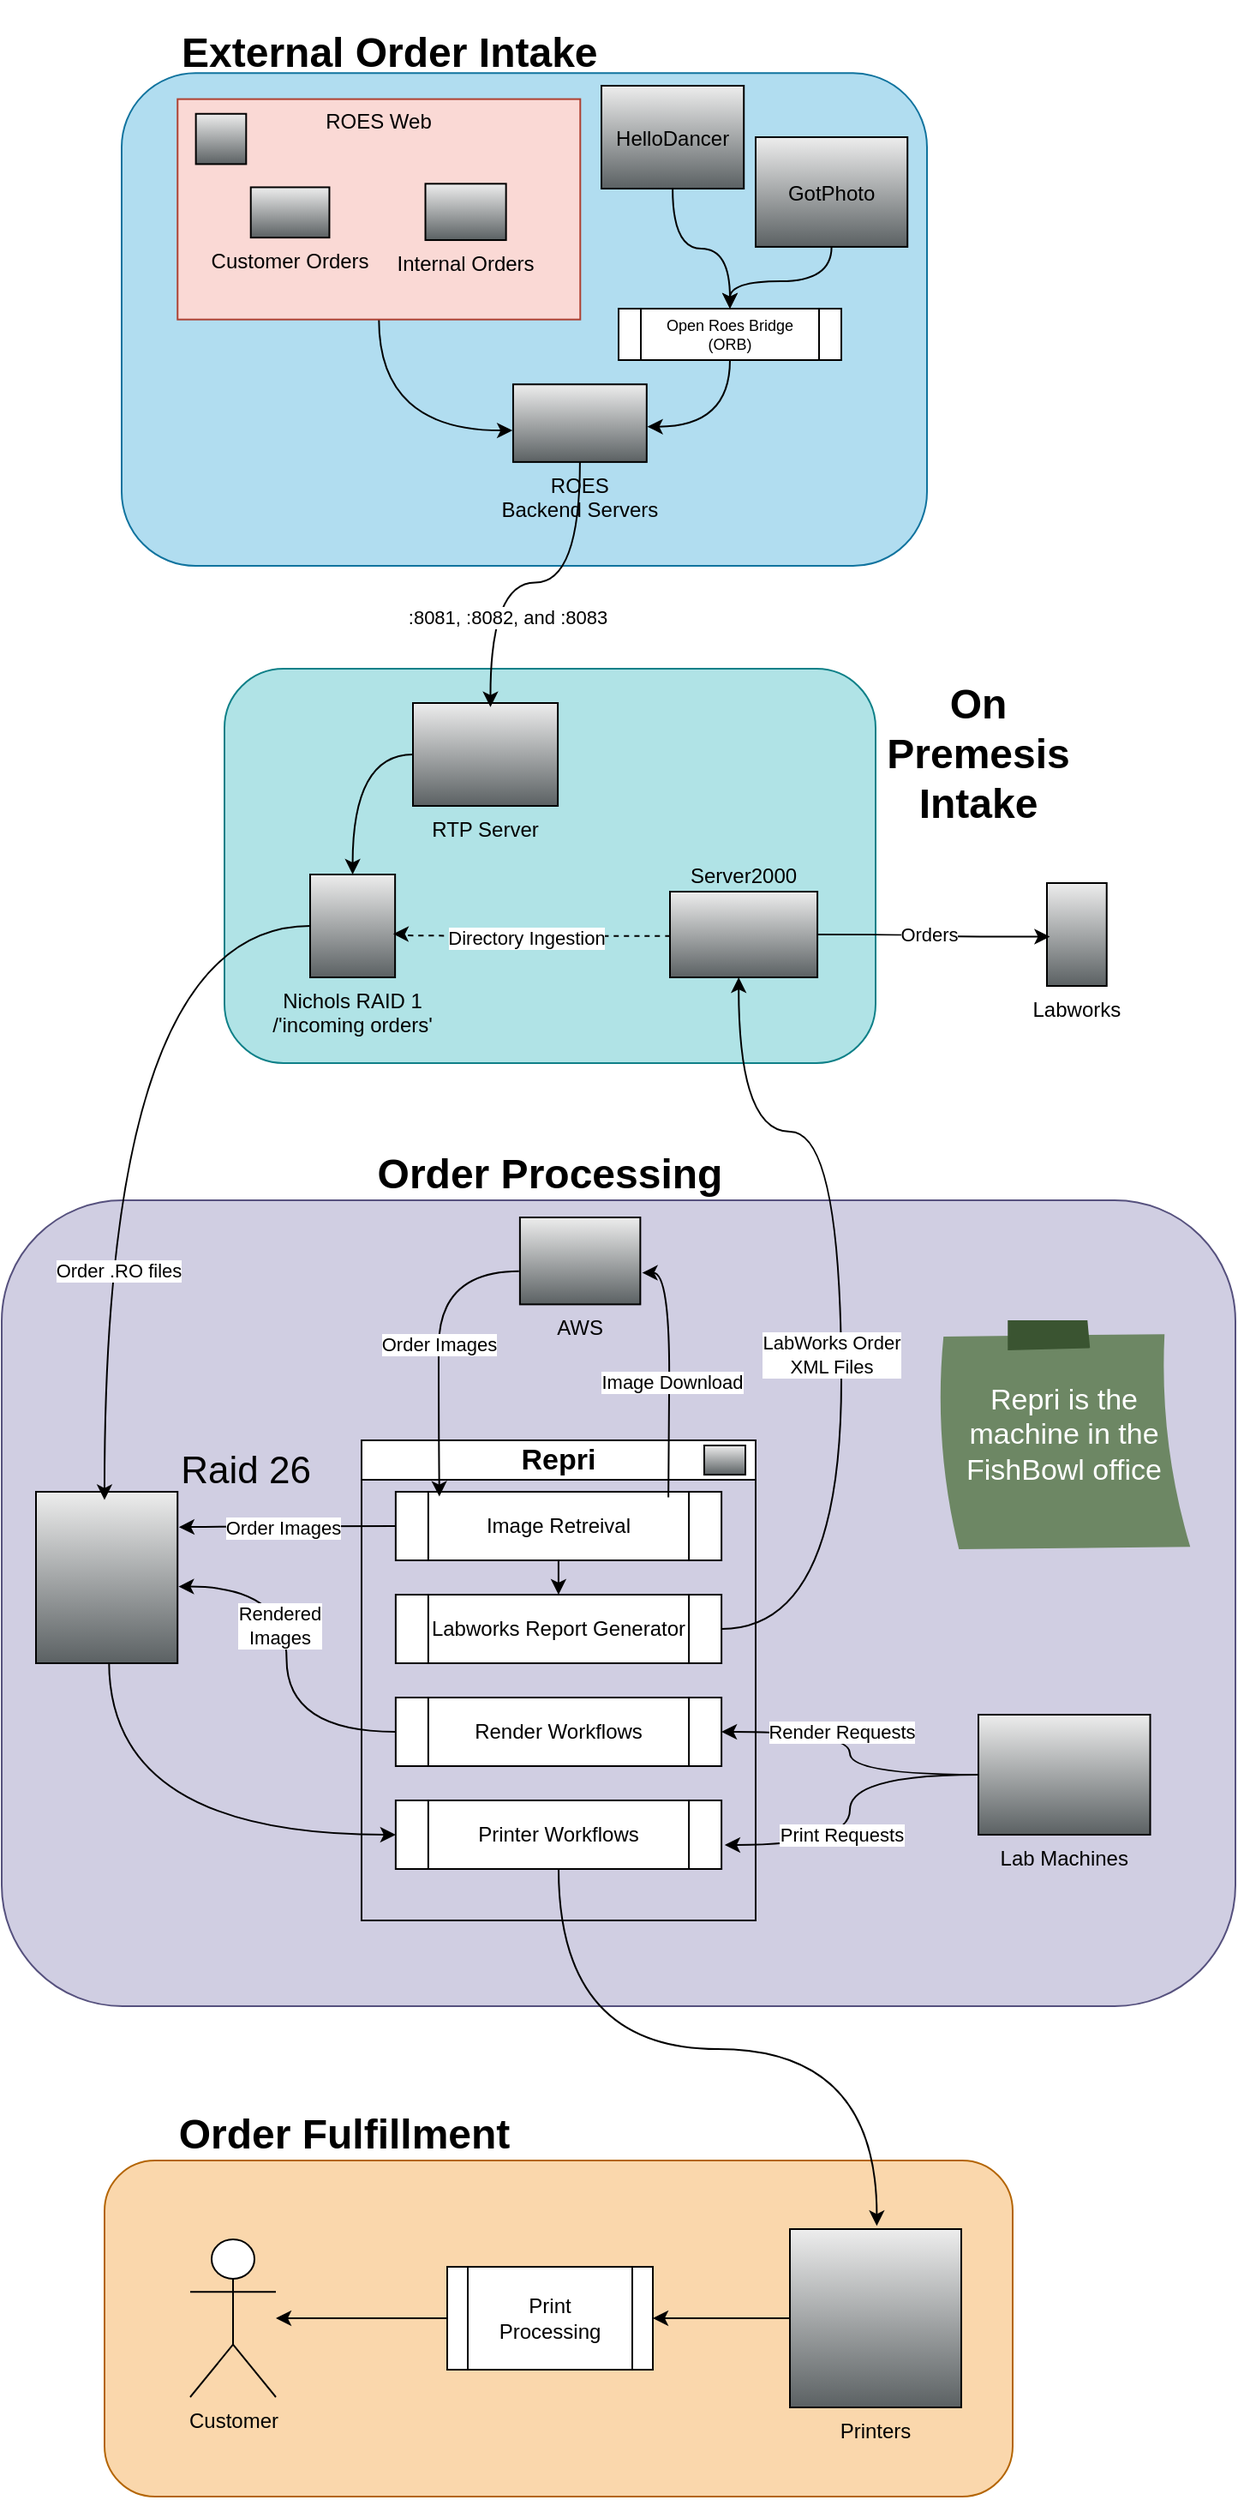
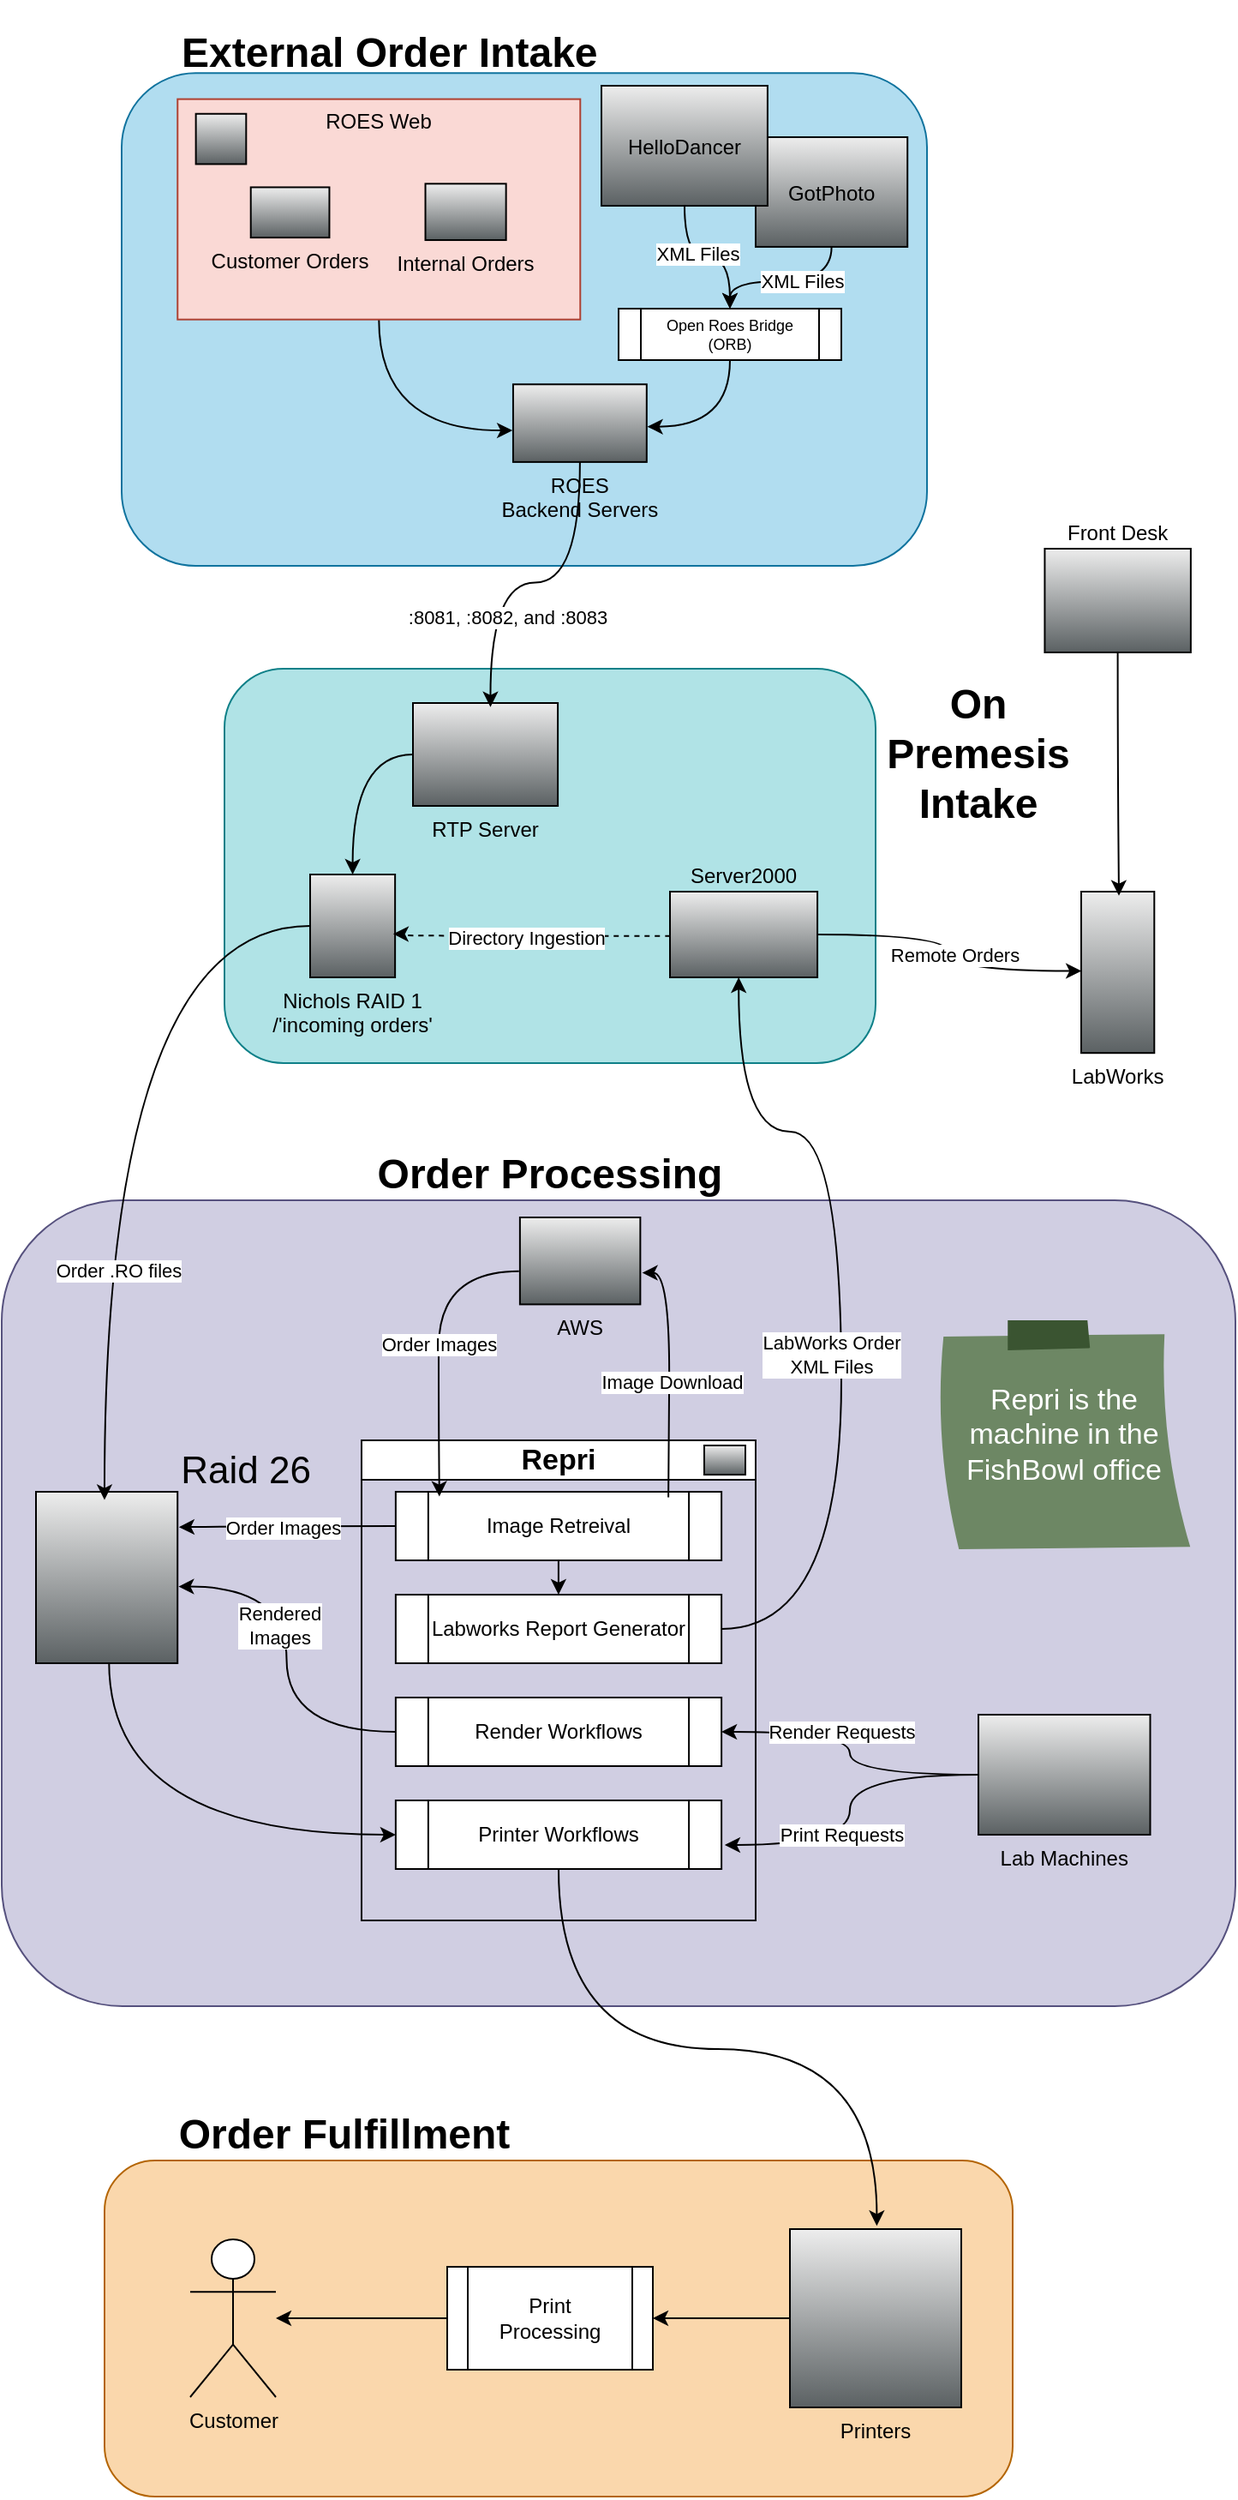
<mxfile host="app.diagrams.net">
  <diagram name="External Order Intake" id="xOiFyvTx0ugd0xP541Ys">
-     <mxGraphModel dx="1607" dy="938" grid="1" gridSize="10" guides="1" tooltips="1" connect="1" arrows="1" fold="1" page="1" pageScale="1" pageWidth="850" pageHeight="1100" math="0" shadow="0">
+     <mxGraphModel dx="1138" dy="664" grid="1" gridSize="10" guides="1" tooltips="1" connect="1" arrows="1" fold="1" page="1" pageScale="1" pageWidth="850" pageHeight="1100" math="0" shadow="0">
      <root>
        <mxCell id="0" />
        <mxCell id="1" parent="0" />
        <mxCell id="Abbv7D0ucnFepgTgGXwM-46" connectable="0" parent="1" style="group" value="" vertex="1">
          <mxGeometry height="310" width="470" x="160" y="40" as="geometry" />
        </mxCell>
-         <mxCell id="Abbv7D0ucnFepgTgGXwM-2" parent="Abbv7D0ucnFepgTgGXwM-46" style="rounded=1;whiteSpace=wrap;html=1;fillColor=#b1ddf0;strokeColor=#10739e;" value="" vertex="1">
+         <mxCell id="Abbv7D0ucnFepgTgGXwM-2" parent="Abbv7D0ucnFepgTgGXwM-46" style="rounded=1;whiteSpace=wrap;html=1;fillColor=#b1ddf0;strokeColor=#10739e;" value=" " vertex="1">
          <mxGeometry height="287.3170731707317" width="470.00000000000006" y="22.682926829268293" as="geometry" />
        </mxCell>
        <mxCell id="uFVznFZ-sdEEhWdo_pJ7-23" parent="Abbv7D0ucnFepgTgGXwM-46" style="shape=mxgraph.networks2.icon;aspect=fixed;fillColor=#EDEDED;strokeColor=#000000;gradientColor=#5B6163;network2IconShadow=1;network2bgFillColor=none;labelPosition=center;verticalLabelPosition=middle;align=center;verticalAlign=middle;network2Icon=mxgraph.networks2.cloud;network2IconYOffset=-0.08;network2IconW=1.0004;network2IconH=0.7222;" value="GotPhoto" vertex="1">
          <mxGeometry height="63.96" width="88.6" x="370" y="60" as="geometry" />
        </mxCell>
        <mxCell id="uFVznFZ-sdEEhWdo_pJ7-26" parent="Abbv7D0ucnFepgTgGXwM-46" style="fillColorStyles=neutralFill;neutralFill=#9DA6A8;shape=mxgraph.networks2.icon;aspect=fixed;fillColor=#EDEDED;strokeColor=#000000;gradientColor=#5B6163;network2IconShadow=1;network2bgFillColor=none;labelPosition=center;verticalLabelPosition=bottom;align=center;verticalAlign=top;network2Icon=mxgraph.networks2.server;network2IconW=1.0001;network2IconH=0.5812;" value="ROES&#xa;Backend Servers" vertex="1">
          <mxGeometry height="45.29897718332022" width="77.94659716758459" x="228.46569444444447" y="204.14634146341464" as="geometry" />
        </mxCell>
        <mxCell id="uFVznFZ-sdEEhWdo_pJ7-27" edge="1" parent="Abbv7D0ucnFepgTgGXwM-46" source="uFVznFZ-sdEEhWdo_pJ7-12" style="edgeStyle=orthogonalEdgeStyle;curved=1;rounded=0;orthogonalLoop=1;jettySize=auto;html=1;exitX=0.5;exitY=1;exitDx=0;exitDy=0;entryX=-0.005;entryY=0.594;entryDx=0;entryDy=0;entryPerimeter=0;" target="uFVznFZ-sdEEhWdo_pJ7-26">
          <mxGeometry relative="1" as="geometry" />
        </mxCell>
        <mxCell id="Abbv7D0ucnFepgTgGXwM-3" parent="Abbv7D0ucnFepgTgGXwM-46" style="text;html=1;whiteSpace=wrap;strokeColor=none;fillColor=none;align=left;verticalAlign=middle;rounded=0;" value="&lt;h1&gt;External Order Intake&lt;/h1&gt;" vertex="1">
          <mxGeometry height="22.68" width="407.36" x="32.64" as="geometry" />
        </mxCell>
        <mxCell id="Abbv7D0ucnFepgTgGXwM-45" connectable="0" parent="Abbv7D0ucnFepgTgGXwM-46" style="group;" value="" vertex="1">
          <mxGeometry height="128.53658536585368" width="235.00000000000003" x="32.63888888888889" y="37.804878048780495" as="geometry" />
        </mxCell>
        <mxCell id="uFVznFZ-sdEEhWdo_pJ7-12" parent="Abbv7D0ucnFepgTgGXwM-45" style="rounded=0;whiteSpace=wrap;html=1;fillColor=#fad9d5;strokeColor=#ae4132;" value="" vertex="1">
          <mxGeometry height="128.53658536585368" width="235.00000000000003" as="geometry" />
        </mxCell>
        <mxCell id="uFVznFZ-sdEEhWdo_pJ7-13" parent="Abbv7D0ucnFepgTgGXwM-45" style="shape=mxgraph.networks2.icon;aspect=fixed;fillColor=#EDEDED;strokeColor=#000000;gradientColor=#5B6163;network2IconShadow=1;network2bgFillColor=none;labelPosition=center;verticalLabelPosition=bottom;align=center;verticalAlign=top;network2Icon=mxgraph.networks2.globe;network2IconW=1;network2IconH=1;" value="" vertex="1">
          <mxGeometry height="29.33648046157881" width="29.33648046157881" x="10.681818181818182" y="8.56910569105691" as="geometry" />
        </mxCell>
        <mxCell id="uFVznFZ-sdEEhWdo_pJ7-14" parent="Abbv7D0ucnFepgTgGXwM-45" style="shape=mxgraph.networks2.icon;aspect=fixed;fillColor=#EDEDED;strokeColor=#000000;gradientColor=#5B6163;network2IconShadow=1;network2bgFillColor=none;labelPosition=center;verticalLabelPosition=bottom;align=center;verticalAlign=top;network2Icon=mxgraph.networks2.users;network2IconXOffset=0.0019;network2IconYOffset=-0.0004;network2IconW=1.0353;network2IconH=0.6623;" value="Customer Orders" vertex="1">
          <mxGeometry height="29.33648046157881" width="45.86025308156307" x="42.72727272727273" y="51.41463414634146" as="geometry" />
        </mxCell>
        <mxCell id="uFVznFZ-sdEEhWdo_pJ7-15" parent="Abbv7D0ucnFepgTgGXwM-45" style="shape=mxgraph.networks2.icon;aspect=fixed;fillColor=#EDEDED;strokeColor=#000000;gradientColor=#5B6163;network2IconShadow=1;network2bgFillColor=none;labelPosition=center;verticalLabelPosition=bottom;align=center;verticalAlign=top;network2Icon=mxgraph.networks2.lan;network2IconYOffset=0.0558;network2IconW=1.0834;network2IconH=0.7564;" value="Internal Orders" vertex="1">
          <mxGeometry height="32.85685811696826" width="47.0630487804878" x="144.61949300699303" y="49.35804878048783" as="geometry" />
        </mxCell>
        <mxCell id="uFVznFZ-sdEEhWdo_pJ7-25" parent="Abbv7D0ucnFepgTgGXwM-45" style="text;html=1;whiteSpace=wrap;strokeColor=none;fillColor=none;align=center;verticalAlign=middle;rounded=0;" value="ROES Web" vertex="1">
          <mxGeometry height="25.70731707317073" width="72.3076923076923" x="81.34615384615385" as="geometry" />
        </mxCell>
        <mxCell id="jQCsffpuLkgTT5c4SlJs-1" parent="Abbv7D0ucnFepgTgGXwM-46" style="shape=mxgraph.networks2.icon;aspect=fixed;fillColor=#EDEDED;strokeColor=#000000;gradientColor=#5B6163;network2IconShadow=1;network2bgFillColor=none;labelPosition=center;verticalLabelPosition=middle;align=center;verticalAlign=middle;network2Icon=mxgraph.networks2.cloud;network2IconYOffset=-0.08;network2IconW=1.0004;network2IconH=0.7222;" value="HelloDancer" vertex="1">
-           <mxGeometry height="60" width="83.11" x="280" y="30" as="geometry" />
+           <mxGeometry height="70" width="96.96" x="280" y="30" as="geometry" />
        </mxCell>
        <mxCell id="Abbv7D0ucnFepgTgGXwM-63" connectable="0" parent="1" style="group;labelPosition=center;verticalLabelPosition=bottom;align=center;verticalAlign=top;" value=" " vertex="1">
          <mxGeometry height="230" width="514.8699999999999" x="220" y="410" as="geometry" />
        </mxCell>
        <mxCell id="Abbv7D0ucnFepgTgGXwM-58" parent="Abbv7D0ucnFepgTgGXwM-63" style="rounded=1;whiteSpace=wrap;html=1;fillColor=#b0e3e6;strokeColor=#0e8088;" value=" " vertex="1">
          <mxGeometry height="230" width="380" as="geometry" />
        </mxCell>
        <mxCell id="Abbv7D0ucnFepgTgGXwM-61" edge="1" parent="Abbv7D0ucnFepgTgGXwM-63" source="Abbv7D0ucnFepgTgGXwM-48" style="edgeStyle=orthogonalEdgeStyle;curved=1;rounded=0;orthogonalLoop=1;jettySize=auto;html=1;" target="Abbv7D0ucnFepgTgGXwM-49">
          <mxGeometry relative="1" as="geometry" />
        </mxCell>
        <mxCell id="Abbv7D0ucnFepgTgGXwM-48" parent="Abbv7D0ucnFepgTgGXwM-63" style="shape=mxgraph.networks2.icon;aspect=fixed;fillColor=#EDEDED;strokeColor=#000000;gradientColor=#5B6163;network2IconShadow=1;network2bgFillColor=none;labelPosition=center;verticalLabelPosition=bottom;align=center;verticalAlign=top;network2Icon=mxgraph.networks2.pc;network2IconYOffset=-0.0593;network2IconW=0.9999;network2IconH=0.7096;" value="RTP Server" vertex="1">
          <mxGeometry height="60" width="84.55" x="110" y="20" as="geometry" />
        </mxCell>
        <mxCell id="Abbv7D0ucnFepgTgGXwM-49" parent="Abbv7D0ucnFepgTgGXwM-63" style="shape=mxgraph.networks2.icon;aspect=fixed;fillColor=#EDEDED;strokeColor=#000000;gradientColor=#5B6163;network2IconShadow=1;network2bgFillColor=none;labelPosition=center;verticalLabelPosition=bottom;align=center;verticalAlign=top;network2Icon=mxgraph.networks2.data_storage;network2IconW=0.8252;network2IconH=0.9989;" value="Nichols RAID 1&#xa;/&#39;incoming orders&#39;" vertex="1">
          <mxGeometry height="60" width="49.57" x="50" y="120" as="geometry" />
        </mxCell>
        <mxCell id="Abbv7D0ucnFepgTgGXwM-50" parent="Abbv7D0ucnFepgTgGXwM-63" style="fillColorStyles=neutralFill;neutralFill=#9DA6A8;shape=mxgraph.networks2.icon;aspect=fixed;fillColor=#EDEDED;strokeColor=#000000;gradientColor=#5B6163;network2IconShadow=1;network2bgFillColor=none;labelPosition=center;verticalLabelPosition=top;align=center;verticalAlign=bottom;network2Icon=mxgraph.networks2.server;network2IconW=1.0001;network2IconH=0.5812;" value="Server2000" vertex="1">
          <mxGeometry height="50" width="86.04" x="260" y="130" as="geometry" />
        </mxCell>
        <mxCell id="Abbv7D0ucnFepgTgGXwM-53" edge="1" parent="Abbv7D0ucnFepgTgGXwM-63" source="Abbv7D0ucnFepgTgGXwM-50" style="edgeStyle=orthogonalEdgeStyle;curved=1;rounded=0;orthogonalLoop=1;jettySize=auto;html=1;entryX=0.968;entryY=0.578;entryDx=0;entryDy=0;entryPerimeter=0;startArrow=none;startFill=0;dashed=1;exitX=0.003;exitY=0.518;exitDx=0;exitDy=0;exitPerimeter=0;" value=" ">
          <mxGeometry relative="1" as="geometry">
            <Array as="points">
              <mxPoint x="100" y="156" />
              <mxPoint x="100" y="155" />
            </Array>
            <mxPoint x="259.9998" y="157.5" as="sourcePoint" />
            <mxPoint x="98.41376000000008" y="154.68000000000006" as="targetPoint" />
          </mxGeometry>
        </mxCell>
        <mxCell id="Abbv7D0ucnFepgTgGXwM-57" connectable="0" parent="Abbv7D0ucnFepgTgGXwM-53" style="edgeLabel;html=1;align=center;verticalAlign=middle;resizable=0;points=[];" value="Directory Ingestion" vertex="1">
          <mxGeometry relative="1" x="0.0378" y="1" as="geometry">
            <mxPoint as="offset" />
          </mxGeometry>
        </mxCell>
        <mxCell id="Abbv7D0ucnFepgTgGXwM-62" parent="Abbv7D0ucnFepgTgGXwM-63" style="text;html=1;whiteSpace=wrap;strokeColor=none;fillColor=none;align=center;verticalAlign=middle;rounded=0;" value="&lt;h1&gt;On Premesis Intake&lt;/h1&gt;" vertex="1">
          <mxGeometry height="80" width="120" x="380" y="10" as="geometry" />
-         </mxCell>
-         <mxCell id="Abbv7D0ucnFepgTgGXwM-96" parent="Abbv7D0ucnFepgTgGXwM-63" style="shape=mxgraph.networks2.icon;aspect=fixed;fillColor=#EDEDED;strokeColor=#000000;gradientColor=#5B6163;network2IconShadow=1;network2bgFillColor=none;labelPosition=center;verticalLabelPosition=bottom;align=center;verticalAlign=top;network2Icon=mxgraph.networks2.application;network2IconXOffset=0.0048;network2IconYOffset=-0.0000;network2IconW=0.5927;network2IconH=1.02;" value="Labworks" vertex="1">
-           <mxGeometry height="60" width="34.87" x="479.9999999999999" y="125" as="geometry" />
-         </mxCell>
-         <mxCell id="Abbv7D0ucnFepgTgGXwM-114" edge="1" parent="Abbv7D0ucnFepgTgGXwM-63" source="Abbv7D0ucnFepgTgGXwM-50" style="edgeStyle=orthogonalEdgeStyle;curved=1;rounded=0;orthogonalLoop=1;jettySize=auto;html=1;entryX=0.049;entryY=0.521;entryDx=0;entryDy=0;entryPerimeter=0;" target="Abbv7D0ucnFepgTgGXwM-96">
-           <mxGeometry relative="1" as="geometry" />
-         </mxCell>
-         <mxCell id="Abbv7D0ucnFepgTgGXwM-115" connectable="0" parent="Abbv7D0ucnFepgTgGXwM-114" style="edgeLabel;html=1;align=center;verticalAlign=middle;resizable=0;points=[];" value="Orders" vertex="1">
-           <mxGeometry relative="1" x="-0.2199" y="-7" as="geometry">
-             <mxPoint x="11" y="-7" as="offset" />
-           </mxGeometry>
        </mxCell>
        <mxCell id="Abbv7D0ucnFepgTgGXwM-144" connectable="0" parent="1" style="group" value="" vertex="1">
          <mxGeometry height="500" width="720.13" x="90" y="690" as="geometry" />
        </mxCell>
        <mxCell id="Abbv7D0ucnFepgTgGXwM-132" parent="Abbv7D0ucnFepgTgGXwM-144" style="rounded=1;whiteSpace=wrap;html=1;fillColor=#d0cee2;strokeColor=#56517e;" value=" " vertex="1">
          <mxGeometry height="470" width="720" y="30" as="geometry" />
        </mxCell>
        <mxCell id="Abbv7D0ucnFepgTgGXwM-123" edge="1" parent="Abbv7D0ucnFepgTgGXwM-144" source="Abbv7D0ucnFepgTgGXwM-55" style="edgeStyle=orthogonalEdgeStyle;curved=1;rounded=0;orthogonalLoop=1;jettySize=auto;html=1;entryX=0;entryY=0.5;entryDx=0;entryDy=0;exitX=0.516;exitY=0.991;exitDx=0;exitDy=0;exitPerimeter=0;" target="Abbv7D0ucnFepgTgGXwM-87">
          <mxGeometry relative="1" as="geometry" />
        </mxCell>
        <mxCell id="Abbv7D0ucnFepgTgGXwM-124" connectable="0" parent="Abbv7D0ucnFepgTgGXwM-123" style="edgeLabel;html=1;align=center;verticalAlign=middle;resizable=0;points=[];" value=" " vertex="1">
          <mxGeometry relative="1" x="-0.5108" y="29" as="geometry">
            <mxPoint as="offset" />
          </mxGeometry>
        </mxCell>
        <mxCell id="Abbv7D0ucnFepgTgGXwM-55" parent="Abbv7D0ucnFepgTgGXwM-144" style="shape=mxgraph.networks2.icon;aspect=fixed;fillColor=#EDEDED;strokeColor=#000000;gradientColor=#5B6163;network2IconShadow=1;network2bgFillColor=none;labelPosition=right;verticalLabelPosition=top;align=left;verticalAlign=bottom;network2Icon=mxgraph.networks2.data_storage;network2IconW=0.8252;network2IconH=0.9989;fontSize=22;" value="Raid 26" vertex="1">
          <mxGeometry height="100" width="82.61" x="20" y="200" as="geometry" />
        </mxCell>
        <mxCell id="Abbv7D0ucnFepgTgGXwM-125" edge="1" parent="Abbv7D0ucnFepgTgGXwM-144" source="Abbv7D0ucnFepgTgGXwM-65" style="edgeStyle=orthogonalEdgeStyle;curved=1;rounded=0;orthogonalLoop=1;jettySize=auto;html=1;entryX=1;entryY=0.5;entryDx=0;entryDy=0;" target="Abbv7D0ucnFepgTgGXwM-70">
          <mxGeometry relative="1" as="geometry" />
        </mxCell>
        <mxCell id="Abbv7D0ucnFepgTgGXwM-127" connectable="0" parent="Abbv7D0ucnFepgTgGXwM-125" style="edgeLabel;html=1;align=center;verticalAlign=middle;resizable=0;points=[];" value="Render Requests" vertex="1">
          <mxGeometry relative="1" x="0.4996" y="2" as="geometry">
            <mxPoint x="26" y="-2" as="offset" />
          </mxGeometry>
        </mxCell>
        <mxCell id="Abbv7D0ucnFepgTgGXwM-65" parent="Abbv7D0ucnFepgTgGXwM-144" style="shape=mxgraph.networks2.icon;aspect=fixed;fillColor=#EDEDED;strokeColor=#000000;gradientColor=#5B6163;network2IconShadow=1;network2bgFillColor=none;labelPosition=center;verticalLabelPosition=bottom;align=center;verticalAlign=top;network2Icon=mxgraph.networks2.lan;network2IconYOffset=0.0558;network2IconW=1.0834;network2IconH=0.7564;" value="Lab Machines" vertex="1">
          <mxGeometry height="70" width="100.26" x="570" y="330" as="geometry" />
        </mxCell>
        <mxCell id="Abbv7D0ucnFepgTgGXwM-67" parent="Abbv7D0ucnFepgTgGXwM-144" style="shape=mxgraph.networks2.icon;aspect=fixed;fillColor=#EDEDED;strokeColor=#000000;gradientColor=#5B6163;network2IconShadow=1;network2bgFillColor=none;labelPosition=center;verticalLabelPosition=bottom;align=center;verticalAlign=top;network2Icon=mxgraph.networks2.cloud;network2IconYOffset=-0.08;network2IconW=1.0004;network2IconH=0.7222;" value="AWS" vertex="1">
          <mxGeometry height="50.71" width="70.24" x="302.44" y="40" as="geometry" />
        </mxCell>
        <mxCell id="Abbv7D0ucnFepgTgGXwM-68" parent="Abbv7D0ucnFepgTgGXwM-144" style="swimlane;whiteSpace=wrap;html=1;align=center;fontSize=17;" value="&lt;div align=&quot;center&quot;&gt;Repri&lt;/div&gt;" vertex="1">
          <mxGeometry height="280" width="230" x="210" y="170" as="geometry">
            <mxRectangle height="30" width="140" x="105.12" y="1050" as="alternateBounds" />
          </mxGeometry>
        </mxCell>
        <mxCell id="Abbv7D0ucnFepgTgGXwM-66" parent="Abbv7D0ucnFepgTgGXwM-68" style="shape=mxgraph.networks2.icon;aspect=fixed;fillColor=#EDEDED;strokeColor=#000000;gradientColor=#5B6163;network2IconShadow=1;network2bgFillColor=none;labelPosition=center;verticalLabelPosition=bottom;align=center;verticalAlign=top;network2Icon=mxgraph.networks2.pc;network2IconYOffset=-0.0593;network2IconW=0.9999;network2IconH=0.7096;" value=" " vertex="1">
          <mxGeometry height="17.03" width="24" x="200" y="3" as="geometry" />
        </mxCell>
        <mxCell id="Abbv7D0ucnFepgTgGXwM-79" edge="1" parent="Abbv7D0ucnFepgTgGXwM-68" source="Abbv7D0ucnFepgTgGXwM-69" style="edgeStyle=orthogonalEdgeStyle;curved=1;rounded=0;orthogonalLoop=1;jettySize=auto;html=1;entryX=0.5;entryY=0;entryDx=0;entryDy=0;" target="Abbv7D0ucnFepgTgGXwM-78">
          <mxGeometry relative="1" as="geometry" />
        </mxCell>
        <mxCell id="Abbv7D0ucnFepgTgGXwM-69" parent="Abbv7D0ucnFepgTgGXwM-68" style="shape=process;whiteSpace=wrap;html=1;backgroundOutline=1;" value="Image Retreival" vertex="1">
          <mxGeometry height="40" width="190.12" x="19.94" y="30" as="geometry" />
        </mxCell>
        <mxCell id="Abbv7D0ucnFepgTgGXwM-70" parent="Abbv7D0ucnFepgTgGXwM-68" style="shape=process;whiteSpace=wrap;html=1;backgroundOutline=1;" value="Render Workflows" vertex="1">
          <mxGeometry height="40" width="190.12" x="19.939999999999998" y="150" as="geometry" />
        </mxCell>
        <mxCell id="Abbv7D0ucnFepgTgGXwM-78" parent="Abbv7D0ucnFepgTgGXwM-68" style="shape=process;whiteSpace=wrap;html=1;backgroundOutline=1;" value="Labworks Report Generator" vertex="1">
          <mxGeometry height="40" width="190.12" x="19.939999999999998" y="90" as="geometry" />
        </mxCell>
        <mxCell id="Abbv7D0ucnFepgTgGXwM-87" parent="Abbv7D0ucnFepgTgGXwM-68" style="shape=process;whiteSpace=wrap;html=1;backgroundOutline=1;" value="Printer Workflows" vertex="1">
          <mxGeometry height="40" width="190.12" x="19.939999999999998" y="210" as="geometry" />
        </mxCell>
        <mxCell id="Abbv7D0ucnFepgTgGXwM-71" edge="1" parent="Abbv7D0ucnFepgTgGXwM-144" source="Abbv7D0ucnFepgTgGXwM-69" style="edgeStyle=orthogonalEdgeStyle;curved=1;rounded=0;orthogonalLoop=1;jettySize=auto;html=1;entryX=1.016;entryY=0.637;entryDx=0;entryDy=0;entryPerimeter=0;exitX=0.837;exitY=0.082;exitDx=0;exitDy=0;exitPerimeter=0;" target="Abbv7D0ucnFepgTgGXwM-67">
          <mxGeometry relative="1" as="geometry">
            <Array as="points">
              <mxPoint x="389" y="200" />
              <mxPoint x="390" y="200" />
              <mxPoint x="390" y="72" />
            </Array>
            <mxPoint x="400" y="198" as="sourcePoint" />
          </mxGeometry>
        </mxCell>
        <mxCell id="Abbv7D0ucnFepgTgGXwM-72" connectable="0" parent="Abbv7D0ucnFepgTgGXwM-71" style="edgeLabel;html=1;align=center;verticalAlign=middle;resizable=0;points=[];" value="Image Download" vertex="1">
          <mxGeometry relative="1" x="-0.0797" y="-1" as="geometry">
            <mxPoint as="offset" />
          </mxGeometry>
        </mxCell>
        <mxCell id="Abbv7D0ucnFepgTgGXwM-73" edge="1" parent="Abbv7D0ucnFepgTgGXwM-144" source="Abbv7D0ucnFepgTgGXwM-67" style="edgeStyle=orthogonalEdgeStyle;curved=1;rounded=0;orthogonalLoop=1;jettySize=auto;html=1;entryX=0.134;entryY=0.07;entryDx=0;entryDy=0;entryPerimeter=0;exitX=-0.008;exitY=0.619;exitDx=0;exitDy=0;exitPerimeter=0;" target="Abbv7D0ucnFepgTgGXwM-69">
          <mxGeometry relative="1" as="geometry">
            <Array as="points">
              <mxPoint x="255" y="71" />
              <mxPoint x="255" y="160" />
            </Array>
          </mxGeometry>
        </mxCell>
        <mxCell id="Abbv7D0ucnFepgTgGXwM-74" connectable="0" parent="Abbv7D0ucnFepgTgGXwM-73" style="edgeLabel;html=1;align=center;verticalAlign=middle;resizable=0;points=[];" value="Order Images" vertex="1">
          <mxGeometry relative="1" x="0.0052" as="geometry">
            <mxPoint as="offset" />
          </mxGeometry>
        </mxCell>
        <mxCell id="Abbv7D0ucnFepgTgGXwM-118" edge="1" parent="Abbv7D0ucnFepgTgGXwM-144" source="Abbv7D0ucnFepgTgGXwM-69" style="edgeStyle=orthogonalEdgeStyle;curved=1;rounded=0;orthogonalLoop=1;jettySize=auto;html=1;entryX=1.01;entryY=0.206;entryDx=0;entryDy=0;entryPerimeter=0;" target="Abbv7D0ucnFepgTgGXwM-55">
          <mxGeometry relative="1" as="geometry" />
        </mxCell>
        <mxCell id="Abbv7D0ucnFepgTgGXwM-120" connectable="0" parent="Abbv7D0ucnFepgTgGXwM-118" style="edgeLabel;html=1;align=center;verticalAlign=middle;resizable=0;points=[];" value="Order Images" vertex="1">
          <mxGeometry relative="1" x="0.0556" as="geometry">
            <mxPoint as="offset" />
          </mxGeometry>
        </mxCell>
        <mxCell id="Abbv7D0ucnFepgTgGXwM-121" edge="1" parent="Abbv7D0ucnFepgTgGXwM-144" source="Abbv7D0ucnFepgTgGXwM-70" style="edgeStyle=orthogonalEdgeStyle;curved=1;rounded=0;orthogonalLoop=1;jettySize=auto;html=1;entryX=1.007;entryY=0.553;entryDx=0;entryDy=0;entryPerimeter=0;" target="Abbv7D0ucnFepgTgGXwM-55">
          <mxGeometry relative="1" as="geometry" />
        </mxCell>
        <mxCell id="Abbv7D0ucnFepgTgGXwM-122" connectable="0" parent="Abbv7D0ucnFepgTgGXwM-121" style="edgeLabel;html=1;align=center;verticalAlign=middle;resizable=0;points=[];" value="Rendered&lt;br&gt;Images" vertex="1">
          <mxGeometry relative="1" x="0.1933" y="5" as="geometry">
            <mxPoint as="offset" />
          </mxGeometry>
        </mxCell>
        <mxCell id="Abbv7D0ucnFepgTgGXwM-126" edge="1" parent="Abbv7D0ucnFepgTgGXwM-144" source="Abbv7D0ucnFepgTgGXwM-65" style="edgeStyle=orthogonalEdgeStyle;curved=1;rounded=0;orthogonalLoop=1;jettySize=auto;html=1;entryX=1.01;entryY=0.65;entryDx=0;entryDy=0;entryPerimeter=0;" target="Abbv7D0ucnFepgTgGXwM-87">
          <mxGeometry relative="1" as="geometry" />
        </mxCell>
        <mxCell id="Abbv7D0ucnFepgTgGXwM-128" connectable="0" parent="Abbv7D0ucnFepgTgGXwM-126" style="edgeLabel;html=1;align=center;verticalAlign=middle;resizable=0;points=[];" value="Print Requests" vertex="1">
          <mxGeometry relative="1" x="0.4408" y="-6" as="geometry">
            <mxPoint x="15" as="offset" />
          </mxGeometry>
        </mxCell>
        <mxCell id="Abbv7D0ucnFepgTgGXwM-143" parent="Abbv7D0ucnFepgTgGXwM-144" style="text;html=1;whiteSpace=wrap;strokeColor=none;fillColor=none;align=center;verticalAlign=middle;rounded=0;" value="&lt;h1&gt;Order Processing&lt;/h1&gt;" vertex="1">
          <mxGeometry height="30" width="320" x="160" as="geometry" />
        </mxCell>
        <mxCell id="jQCsffpuLkgTT5c4SlJs-15" parent="Abbv7D0ucnFepgTgGXwM-144" style="strokeWidth=1;shadow=0;dashed=0;align=center;html=1;shape=mxgraph.mockup.text.stickyNote2;fontColor=#ffffff;mainText=;fontSize=17;whiteSpace=wrap;fillColor=#6d8764;strokeColor=#3A5431;" value="Repri is the machine in the FishBowl office" vertex="1">
          <mxGeometry height="134.87" width="150" x="545.13" y="100" as="geometry" />
        </mxCell>
        <mxCell id="Abbv7D0ucnFepgTgGXwM-133" edge="1" parent="1" source="Abbv7D0ucnFepgTgGXwM-78" style="edgeStyle=orthogonalEdgeStyle;curved=1;rounded=0;orthogonalLoop=1;jettySize=auto;html=1;entryX=0.466;entryY=1;entryDx=0;entryDy=0;entryPerimeter=0;exitX=1;exitY=0.5;exitDx=0;exitDy=0;" target="Abbv7D0ucnFepgTgGXwM-50">
          <mxGeometry relative="1" as="geometry">
            <Array as="points">
              <mxPoint x="580" y="970" />
              <mxPoint x="580" y="680" />
              <mxPoint x="520" y="680" />
            </Array>
          </mxGeometry>
        </mxCell>
        <mxCell id="Abbv7D0ucnFepgTgGXwM-134" connectable="0" parent="Abbv7D0ucnFepgTgGXwM-133" style="edgeLabel;html=1;align=center;verticalAlign=middle;resizable=0;points=[];" value="&lt;div&gt;LabWorks Order&lt;/div&gt;&lt;div&gt;XML Files&lt;/div&gt;" vertex="1">
          <mxGeometry relative="1" x="0.2484" y="-1" as="geometry">
            <mxPoint x="-7" y="88" as="offset" />
          </mxGeometry>
        </mxCell>
        <mxCell id="Abbv7D0ucnFepgTgGXwM-116" edge="1" parent="1" source="Abbv7D0ucnFepgTgGXwM-49" style="edgeStyle=orthogonalEdgeStyle;curved=1;rounded=0;orthogonalLoop=1;jettySize=auto;html=1;entryX=0.484;entryY=0.048;entryDx=0;entryDy=0;entryPerimeter=0;" target="Abbv7D0ucnFepgTgGXwM-55">
          <mxGeometry relative="1" as="geometry" />
        </mxCell>
        <mxCell id="Abbv7D0ucnFepgTgGXwM-117" connectable="0" parent="Abbv7D0ucnFepgTgGXwM-116" style="edgeLabel;html=1;align=center;verticalAlign=middle;resizable=0;points=[];" value="Order .RO files" vertex="1">
          <mxGeometry relative="1" x="0.4085" y="8" as="geometry">
            <mxPoint as="offset" />
          </mxGeometry>
        </mxCell>
        <mxCell id="Abbv7D0ucnFepgTgGXwM-147" connectable="0" parent="1" style="group" value=" " vertex="1">
          <mxGeometry height="226" width="530" x="150" y="1250" as="geometry" />
        </mxCell>
        <mxCell id="Abbv7D0ucnFepgTgGXwM-142" parent="Abbv7D0ucnFepgTgGXwM-147" style="rounded=1;whiteSpace=wrap;html=1;fillColor=#fad7ac;strokeColor=#b46504;" value="" vertex="1">
          <mxGeometry height="196" width="530" y="30" as="geometry" />
        </mxCell>
        <mxCell id="Abbv7D0ucnFepgTgGXwM-139" edge="1" parent="Abbv7D0ucnFepgTgGXwM-147" source="Abbv7D0ucnFepgTgGXwM-135" style="edgeStyle=orthogonalEdgeStyle;curved=1;rounded=0;orthogonalLoop=1;jettySize=auto;html=1;entryX=1;entryY=0.5;entryDx=0;entryDy=0;" target="Abbv7D0ucnFepgTgGXwM-137">
          <mxGeometry relative="1" as="geometry" />
        </mxCell>
        <mxCell id="Abbv7D0ucnFepgTgGXwM-135" parent="Abbv7D0ucnFepgTgGXwM-147" style="fillColorStyles=neutralFill;neutralFill=#9DA6A8;shape=mxgraph.networks2.icon;aspect=fixed;fillColor=#EDEDED;strokeColor=#000000;gradientColor=#5B6163;network2IconShadow=1;network2bgFillColor=none;labelPosition=center;verticalLabelPosition=bottom;align=center;verticalAlign=top;network2Icon=mxgraph.networks2.printer;network2IconW=1;network2IconH=1.04;" value="Printers" vertex="1">
          <mxGeometry height="104" width="100" x="400" y="70" as="geometry" />
        </mxCell>
        <mxCell id="Abbv7D0ucnFepgTgGXwM-140" edge="1" parent="Abbv7D0ucnFepgTgGXwM-147" source="Abbv7D0ucnFepgTgGXwM-137" style="edgeStyle=orthogonalEdgeStyle;curved=1;rounded=0;orthogonalLoop=1;jettySize=auto;html=1;" target="Abbv7D0ucnFepgTgGXwM-138">
          <mxGeometry relative="1" as="geometry" />
        </mxCell>
        <mxCell id="Abbv7D0ucnFepgTgGXwM-137" parent="Abbv7D0ucnFepgTgGXwM-147" style="shape=process;whiteSpace=wrap;html=1;backgroundOutline=1;" value="&lt;div&gt;Print&lt;/div&gt;&lt;div&gt;Processing&lt;/div&gt;" vertex="1">
          <mxGeometry height="60" width="120" x="200" y="92" as="geometry" />
        </mxCell>
        <mxCell id="Abbv7D0ucnFepgTgGXwM-138" parent="Abbv7D0ucnFepgTgGXwM-147" style="shape=umlActor;verticalLabelPosition=bottom;verticalAlign=top;html=1;outlineConnect=0;" value="Customer" vertex="1">
          <mxGeometry height="92" width="50" x="50" y="76" as="geometry" />
        </mxCell>
        <mxCell id="Abbv7D0ucnFepgTgGXwM-146" parent="Abbv7D0ucnFepgTgGXwM-147" style="text;html=1;whiteSpace=wrap;strokeColor=none;fillColor=none;align=center;verticalAlign=middle;rounded=0;" value="&lt;h1&gt;Order Fulfillment&lt;/h1&gt;" vertex="1">
          <mxGeometry height="30" width="220" x="30" as="geometry" />
        </mxCell>
        <mxCell id="Abbv7D0ucnFepgTgGXwM-136" edge="1" parent="1" source="Abbv7D0ucnFepgTgGXwM-87" style="edgeStyle=orthogonalEdgeStyle;curved=1;rounded=0;orthogonalLoop=1;jettySize=auto;html=1;entryX=0.507;entryY=-0.018;entryDx=0;entryDy=0;entryPerimeter=0;exitX=0.5;exitY=1;exitDx=0;exitDy=0;" target="Abbv7D0ucnFepgTgGXwM-135">
          <mxGeometry relative="1" as="geometry" />
        </mxCell>
        <mxCell id="jQCsffpuLkgTT5c4SlJs-11" parent="1" style="shape=process;whiteSpace=wrap;html=1;backgroundOutline=1;fontSize=9;" value="&lt;div&gt;Open Roes Bridge&lt;/div&gt;&lt;div&gt;(ORB)&lt;/div&gt;" vertex="1">
          <mxGeometry height="30" width="130" x="450" y="200" as="geometry" />
        </mxCell>
        <mxCell id="jQCsffpuLkgTT5c4SlJs-12" edge="1" parent="1" source="jQCsffpuLkgTT5c4SlJs-1" style="edgeStyle=orthogonalEdgeStyle;curved=1;rounded=0;orthogonalLoop=1;jettySize=auto;html=1;entryX=0.5;entryY=0;entryDx=0;entryDy=0;" target="jQCsffpuLkgTT5c4SlJs-11">
          <mxGeometry relative="1" as="geometry" />
        </mxCell>
+         <mxCell id="jQCsffpuLkgTT5c4SlJs-17" connectable="0" parent="jQCsffpuLkgTT5c4SlJs-12" style="edgeLabel;html=1;align=center;verticalAlign=middle;resizable=0;points=[];" value="XML Files" vertex="1">
+           <mxGeometry relative="1" x="-0.1399" y="2" as="geometry">
+             <mxPoint as="offset" />
+           </mxGeometry>
+         </mxCell>
        <mxCell id="jQCsffpuLkgTT5c4SlJs-13" edge="1" parent="1" source="uFVznFZ-sdEEhWdo_pJ7-23" style="edgeStyle=orthogonalEdgeStyle;curved=1;rounded=0;orthogonalLoop=1;jettySize=auto;html=1;entryX=0.5;entryY=0;entryDx=0;entryDy=0;" target="jQCsffpuLkgTT5c4SlJs-11">
          <mxGeometry relative="1" as="geometry" />
+         </mxCell>
+         <mxCell id="jQCsffpuLkgTT5c4SlJs-16" connectable="0" parent="jQCsffpuLkgTT5c4SlJs-13" style="edgeLabel;html=1;align=center;verticalAlign=middle;resizable=0;points=[];" value="XML Files" vertex="1">
+           <mxGeometry relative="1" x="-0.2099" as="geometry">
+             <mxPoint as="offset" />
+           </mxGeometry>
        </mxCell>
        <mxCell id="jQCsffpuLkgTT5c4SlJs-14" edge="1" parent="1" source="jQCsffpuLkgTT5c4SlJs-11" style="edgeStyle=orthogonalEdgeStyle;curved=1;rounded=0;orthogonalLoop=1;jettySize=auto;html=1;entryX=1.005;entryY=0.545;entryDx=0;entryDy=0;entryPerimeter=0;" target="uFVznFZ-sdEEhWdo_pJ7-26">
          <mxGeometry relative="1" as="geometry" />
        </mxCell>
        <mxCell id="Abbv7D0ucnFepgTgGXwM-59" edge="1" parent="1" source="uFVznFZ-sdEEhWdo_pJ7-26" style="edgeStyle=orthogonalEdgeStyle;curved=1;rounded=0;orthogonalLoop=1;jettySize=auto;html=1;entryX=0.535;entryY=0.039;entryDx=0;entryDy=0;entryPerimeter=0;" target="Abbv7D0ucnFepgTgGXwM-48">
          <mxGeometry relative="1" as="geometry" />
        </mxCell>
        <mxCell id="Abbv7D0ucnFepgTgGXwM-60" connectable="0" parent="Abbv7D0ucnFepgTgGXwM-59" style="edgeLabel;html=1;align=center;verticalAlign=middle;resizable=0;points=[];" value=":8081, :8082, and :8083" vertex="1">
          <mxGeometry relative="1" x="0.1735" as="geometry">
            <mxPoint x="2" y="20" as="offset" />
          </mxGeometry>
+         </mxCell>
+         <mxCell id="jQCsffpuLkgTT5c4SlJs-20" parent="1" style="shape=mxgraph.networks2.icon;aspect=fixed;fillColor=#EDEDED;strokeColor=#000000;gradientColor=#5B6163;network2IconShadow=1;network2bgFillColor=none;labelPosition=center;verticalLabelPosition=bottom;align=center;verticalAlign=top;network2Icon=mxgraph.networks2.desktop_pc;network2IconXOffset=-0.0034;network2IconYOffset=0.00035;network2IconW=0.453;network2IconH=0.9995;" value="LabWorks" vertex="1">
+           <mxGeometry height="94.1" width="42.65" x="720" y="540" as="geometry" />
+         </mxCell>
+         <mxCell id="jQCsffpuLkgTT5c4SlJs-21" edge="1" parent="1" source="Abbv7D0ucnFepgTgGXwM-50" style="edgeStyle=orthogonalEdgeStyle;curved=1;rounded=0;orthogonalLoop=1;jettySize=auto;html=1;entryX=0.002;entryY=0.492;entryDx=0;entryDy=0;entryPerimeter=0;" target="jQCsffpuLkgTT5c4SlJs-20">
+           <mxGeometry relative="1" as="geometry" />
+         </mxCell>
+         <mxCell id="jQCsffpuLkgTT5c4SlJs-22" connectable="0" parent="jQCsffpuLkgTT5c4SlJs-21" style="edgeLabel;html=1;align=center;verticalAlign=middle;resizable=0;points=[];" value="Remote Orders" vertex="1">
+           <mxGeometry relative="1" x="0.0106" y="3" as="geometry">
+             <mxPoint as="offset" />
+           </mxGeometry>
+         </mxCell>
+         <mxCell id="jQCsffpuLkgTT5c4SlJs-23" parent="1" style="shape=mxgraph.networks2.icon;aspect=fixed;fillColor=#EDEDED;strokeColor=#000000;gradientColor=#5B6163;network2IconShadow=1;network2bgFillColor=none;labelPosition=center;verticalLabelPosition=top;align=center;verticalAlign=bottom;network2Icon=mxgraph.networks2.pc;network2IconYOffset=-0.0593;network2IconW=0.9999;network2IconH=0.7096;" value="Front Desk" vertex="1">
+           <mxGeometry height="60.48" width="85.22" x="698.72" y="340" as="geometry" />
+         </mxCell>
+         <mxCell id="jQCsffpuLkgTT5c4SlJs-24" edge="1" parent="1" source="jQCsffpuLkgTT5c4SlJs-23" style="edgeStyle=orthogonalEdgeStyle;curved=1;rounded=0;orthogonalLoop=1;jettySize=auto;html=1;entryX=0.516;entryY=0.025;entryDx=0;entryDy=0;entryPerimeter=0;" target="jQCsffpuLkgTT5c4SlJs-20">
+           <mxGeometry relative="1" as="geometry" />
        </mxCell>
      </root>
    </mxGraphModel>
  </diagram>
</mxfile>
